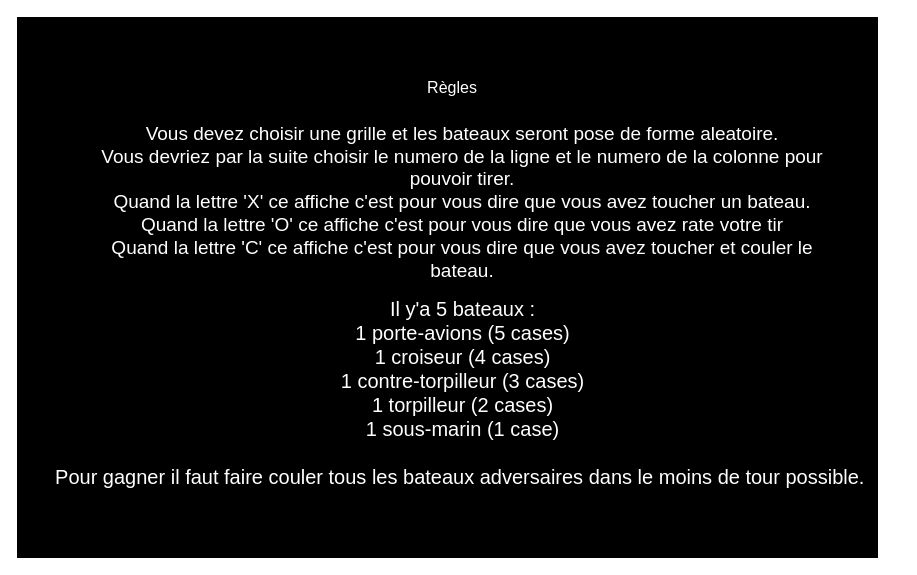
This is page "Règles" (5 of 5) of Bataille navale - Maquette.drawio from TCamoes15/BatailleNavale-TiagoSantos, a draw.io file, before an edit. Source tidied: cells renumbered, new cells numbered last; positions are measured from the earlier drawing's top-left corner, leaving out a move shared by most shapes. Both pictures are drawn from the tidied source at 100%, with x=0, y=0 at pixel (17, 17).
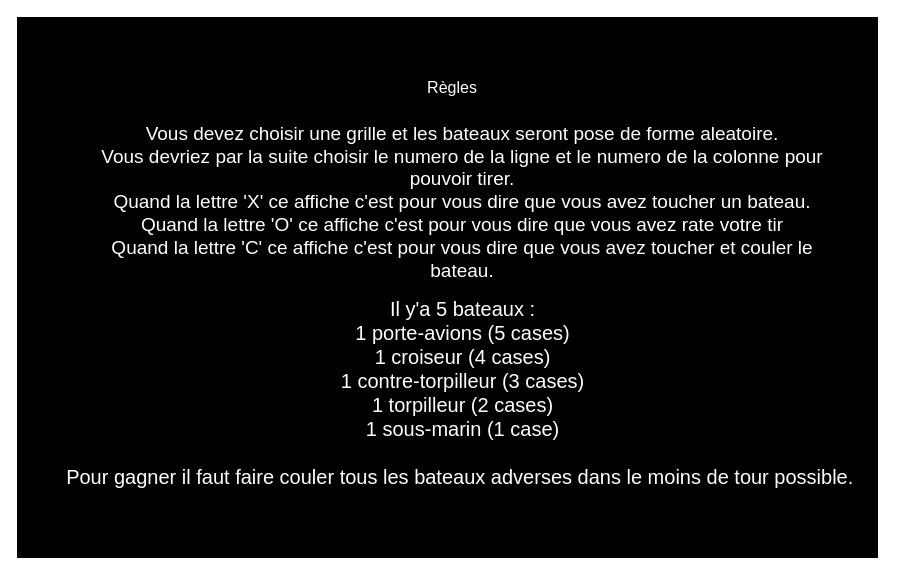
The same page after the edit.

Diff of the diagram source:
```diff
@@
 <mxGraphModel>
   <root>
     <mxCell id="0" />
     <mxCell id="1" parent="0" />
     <mxCell id="2" style="rounded=0;whiteSpace=wrap;html=1;fillColor=#000000;" parent="1" vertex="1">
       <mxGeometry width="860" height="540" as="geometry" />
     </mxCell>
     <mxCell id="3" value="&lt;font color=&quot;#ffffff&quot;&gt;&lt;span style=&quot;font-size: 16px&quot;&gt;Règles&lt;/span&gt;&lt;/font&gt;" style="text;html=1;strokeColor=none;fillColor=none;align=center;verticalAlign=middle;whiteSpace=wrap;rounded=0;" parent="1" vertex="1">
       <mxGeometry x="355" y="50" width="160" height="40" as="geometry" />
     </mxCell>
     <mxCell id="4" value="&lt;div&gt;&lt;span style=&quot;font-size: 19px&quot;&gt;Vous devez choisir une grille et les bateaux seront pose de forme aleatoire.&lt;/span&gt;&lt;/div&gt;&lt;div&gt;&lt;span style=&quot;font-size: 19px&quot;&gt;Vous devriez par la suite choisir le numero de la ligne et le numero de la colonne pour pouvoir tirer.&lt;/span&gt;&lt;/div&gt;&lt;div&gt;&lt;span style=&quot;font-size: 19px&quot;&gt;Quand la lettre 'X' ce affiche c'est pour vous dire que vous avez toucher un bateau.&lt;/span&gt;&lt;/div&gt;&lt;div&gt;&lt;span style=&quot;font-size: 19px&quot;&gt;Quand la lettre 'O' ce affiche c'est pour vous dire que vous avez rate votre tir&lt;/span&gt;&lt;/div&gt;&lt;div&gt;&lt;span style=&quot;font-size: 19px&quot;&gt;Quand la lettre 'C' ce affiche c'est pour vous dire que vous avez toucher et couler le bateau.&lt;/span&gt;&lt;/div&gt;" style="text;html=1;strokeColor=none;fillColor=none;align=center;verticalAlign=middle;whiteSpace=wrap;rounded=0;fontColor=#FFFFFF;" parent="1" vertex="1">
       <mxGeometry x="80" y="170" width="730" height="30" as="geometry" />
     </mxCell>
-    <mxCell id="5" value="&lt;font style=&quot;font-size: 20px&quot;&gt;Il y'a 5 bateaux :&lt;br&gt;1 porte-avions (5 cases)&lt;br&gt;1 croiseur (4 cases)&lt;br&gt;1 contre-torpilleur (3 cases)&lt;br&gt;1 torpilleur (2 cases)&lt;br&gt;1 sous-marin (1 case)&lt;br&gt;&lt;br&gt;Pour gagner il faut faire couler tous les bateaux adversaires dans le moins de tour possible.&amp;nbsp;&lt;br&gt;&lt;/font&gt;" style="text;html=1;strokeColor=none;fillColor=none;align=center;verticalAlign=middle;whiteSpace=wrap;rounded=0;fontColor=#FFFFFF;" parent="1" vertex="1">
+    <mxCell id="5" value="&lt;font style=&quot;font-size: 20px&quot;&gt;Il y'a 5 bateaux :&lt;br&gt;1 porte-avions (5 cases)&lt;br&gt;1 croiseur (4 cases)&lt;br&gt;1 contre-torpilleur (3 cases)&lt;br&gt;1 torpilleur (2 cases)&lt;br&gt;1 sous-marin (1 case)&lt;br&gt;&lt;br&gt;Pour gagner il faut faire couler tous les bateaux adverses dans le moins de tour possible.&amp;nbsp;&lt;br&gt;&lt;/font&gt;" style="text;html=1;strokeColor=none;fillColor=none;align=center;verticalAlign=middle;whiteSpace=wrap;rounded=0;fontColor=#FFFFFF;" parent="1" vertex="1">
       <mxGeometry x="7.5" y="300" width="875" height="150" as="geometry" />
     </mxCell>
   </root>
 </mxGraphModel>
```
